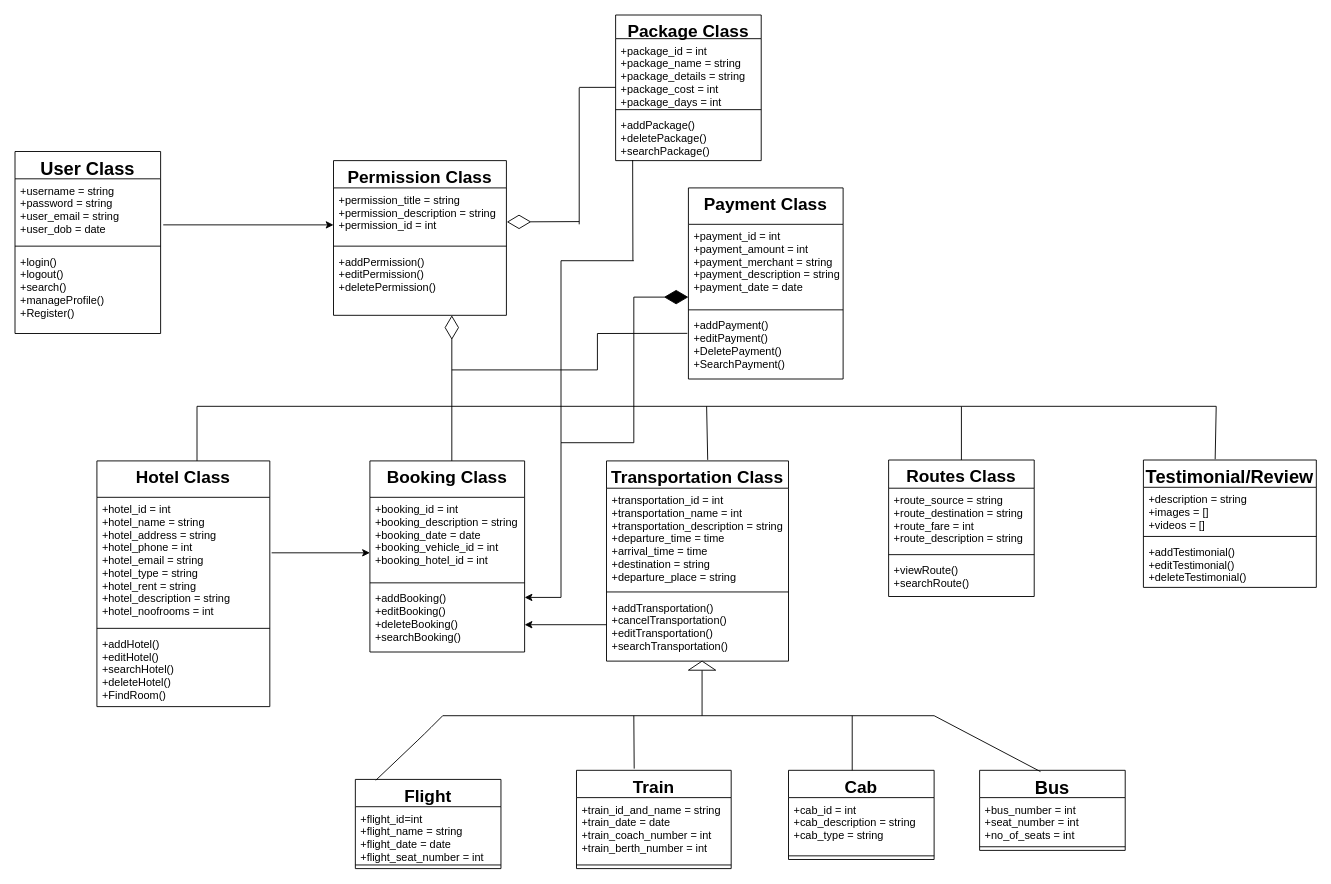
Before: Untitled Diagram.drawio in bidya01/Programs, a draw.io diagram. Source tidied: cells renumbered, new cells numbered last; positions are measured from the earlier drawing's top-left corner, leaving out a move shared by most shapes. Both pictures are drawn from the tidied source at 91%, with x=0, y=0 at pixel (15, 15).
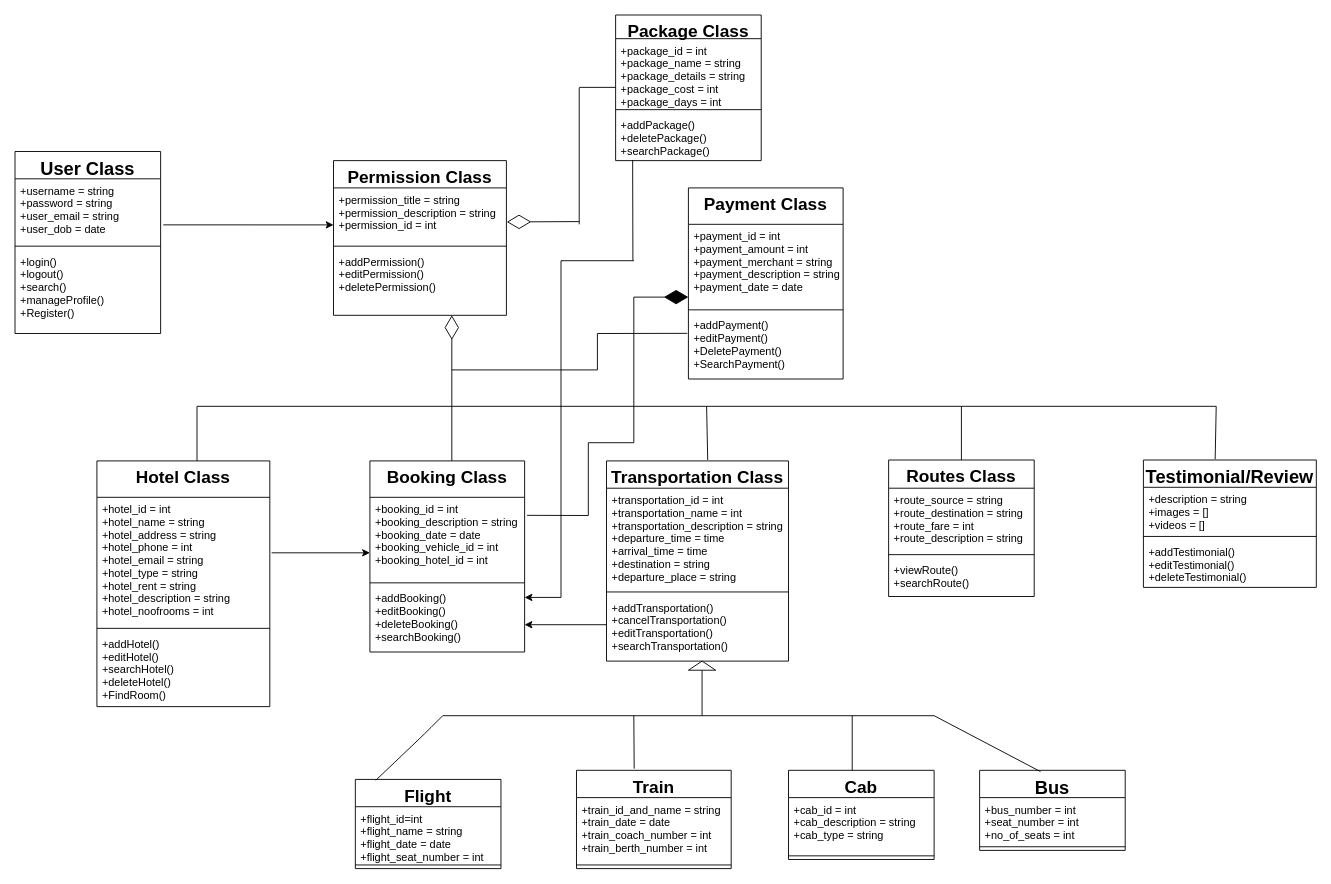
The same page after the edit.

Unchanged cells that the change refers to:
```xml
<mxCell id="22" value="Booking Class" style="swimlane;fontStyle=1;align=center;verticalAlign=top;horizontal=1;startSize=40;fontSize=19;" parent="1" vertex="1">
  <mxGeometry x="390" y="490" width="170" height="210" as="geometry" />
</mxCell>
<mxCell id="24" value="+booking_id = int&#10;+booking_description = string&#10;+booking_date = date&#10;+booking_vehicle_id = int&#10;+booking_hotel_id = int&#10;" style="text;strokeColor=none;fillColor=none;align=left;verticalAlign=top;spacingLeft=4;spacingRight=4;overflow=hidden;points=[[0,0.5],[1,0.5]];portConstraint=eastwest;" parent="22" vertex="1">
  <mxGeometry y="40" width="170" height="90" as="geometry" />
</mxCell>
```

What changed in the source:
```diff
@@
-    <mxCell id="23" style="endArrow=none;html=1;fontSize=19;" parent="22" edge="1">
-      <mxGeometry relative="1" as="geometry">
-        <mxPoint x="210" y="150" as="sourcePoint" />
-        <mxPoint x="210" y="-20" as="targetPoint" />
-      </mxGeometry>
-    </mxCell>
@@
-    <mxCell id="59" style="endArrow=none;html=1;fontSize=19;" parent="1" edge="1">
-      <mxGeometry relative="1" as="geometry">
-        <mxPoint x="600" y="470" as="sourcePoint" />
-        <mxPoint x="680" y="470" as="targetPoint" />
-      </mxGeometry>
-    </mxCell>
@@
     <mxCell id="69" style="endArrow=none;html=1;fontSize=19;" parent="1" edge="1">
       <mxGeometry relative="1" as="geometry">
-        <mxPoint x="600" y="470" as="sourcePoint" />
+        <mxPoint x="600" y="640" as="sourcePoint" />
         <mxPoint x="600" y="270" as="targetPoint" />
       </mxGeometry>
     </mxCell>
@@
+    <mxCell id="82" style="endArrow=none;html=1;" parent="1" edge="1">
+      <mxGeometry relative="1" as="geometry">
+        <mxPoint x="630" y="470" as="sourcePoint" />
+        <mxPoint x="680" y="470" as="targetPoint" />
+      </mxGeometry>
+    </mxCell>
+    <mxCell id="83" style="endArrow=none;html=1;" parent="1" edge="1">
+      <mxGeometry relative="1" as="geometry">
+        <mxPoint x="630" y="550" as="sourcePoint" />
+        <mxPoint x="630" y="470" as="targetPoint" />
+      </mxGeometry>
+    </mxCell>
+    <mxCell id="84" style="endArrow=none;html=1;exitX=1.016;exitY=0.22;exitDx=0;exitDy=0;exitPerimeter=0;" parent="1" edge="1" source="24">
+      <mxGeometry relative="1" as="geometry">
+        <mxPoint x="630" y="550" as="targetPoint" />
+      </mxGeometry>
+    </mxCell>
```
